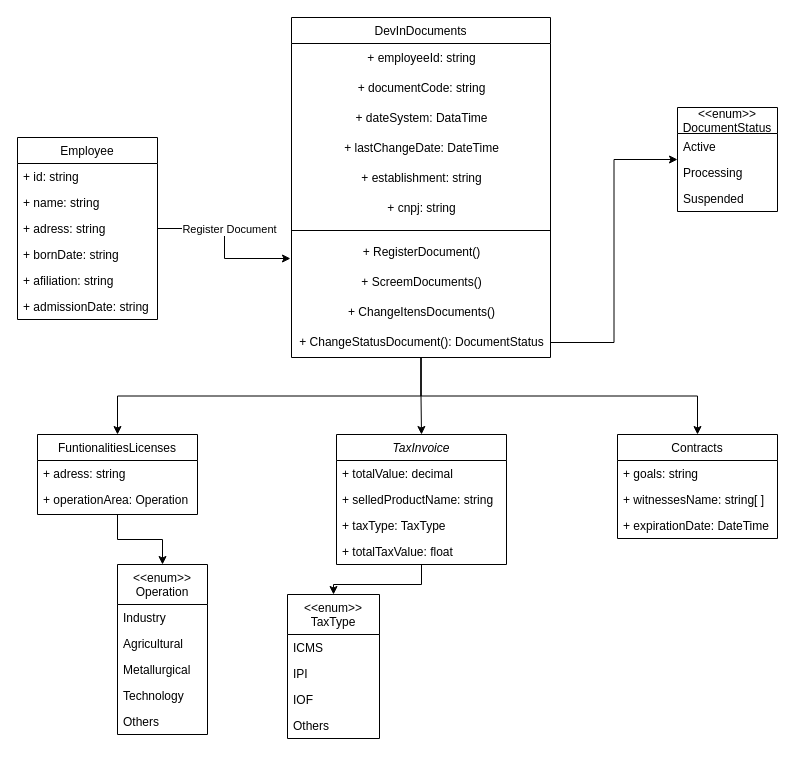
Before: DevInDocumentsUML.drawio in leonardoGasperin/M2S5E, a draw.io diagram. Source tidied: cells renumbered, new cells numbered last; positions are measured from the earlier drawing's top-left corner, leaving out a move shared by most shapes. Both pictures are drawn from the tidied source at 100%, with x=0, y=0 at pixel (17, 17).
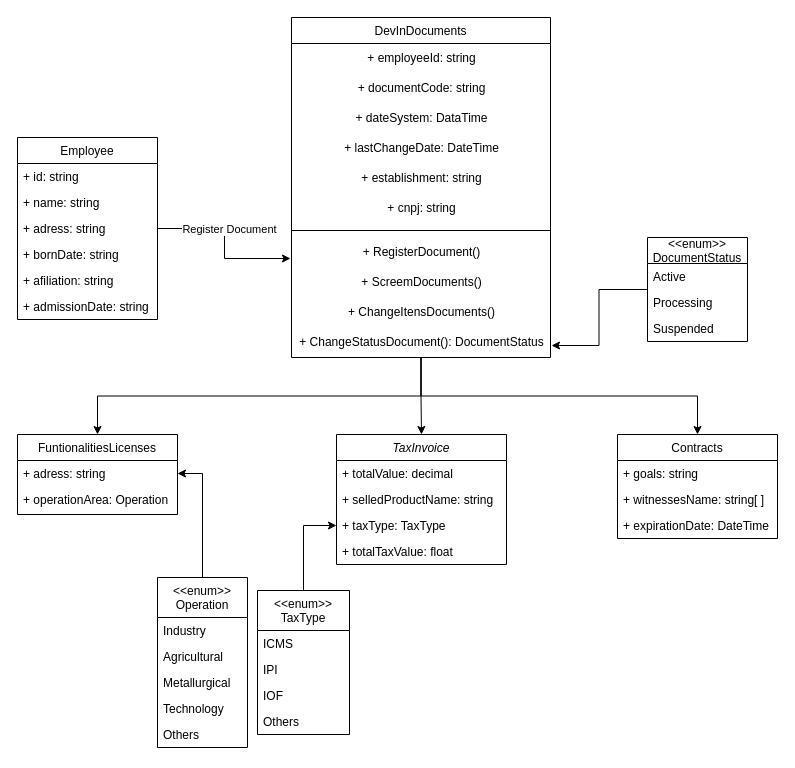
After the change.

Unchanged cells that the change refers to:
```xml
<mxCell id="3" value="TaxInvoice" style="swimlane;fontStyle=2;align=center;verticalAlign=top;horizontal=1;startSize=26;rounded=0;shadow=0;strokeWidth=1;" parent="1" vertex="1">
  <mxGeometry x="319" y="417" width="170" height="130" as="geometry" />
</mxCell>
<mxCell id="6" value="+ taxType: TaxType" style="text;align=left;verticalAlign=top;spacingLeft=4;spacingRight=4;overflow=hidden;points=[[0,0.5],[1,0.5]];portConstraint=eastwest;rounded=0;shadow=0;html=0;" parent="3" vertex="1">
  <mxGeometry y="78" width="170" height="26" as="geometry" />
</mxCell>
<mxCell id="9" value="+ adress: string" style="text;align=left;verticalAlign=top;spacingLeft=4;spacingRight=4;overflow=hidden;points=[[0,0.5],[1,0.5]];portConstraint=eastwest;" parent="8" vertex="1">
  <mxGeometry y="26" width="160" height="26" as="geometry" />
</mxCell>
<mxCell id="40" value="&lt;span style=&quot;text-align: left;&quot;&gt;+ ChangeStatusDocument(): DocumentStatus&lt;/span&gt;" style="text;html=1;align=center;verticalAlign=middle;points=[];strokeColor=none;fillColor=none;" parent="29" vertex="1">
  <mxGeometry y="310" width="259" height="30" as="geometry" />
</mxCell>
```

Change to the diagram source:
```diff
@@
-    <mxCell id="2" style="edgeStyle=orthogonalEdgeStyle;rounded=0;jettySize=auto;html=1;entryX=0.5;entryY=0;entryDx=0;entryDy=0;" parent="1" edge="1" source="3" target="15">
-      <mxGeometry relative="1" as="geometry" />
-    </mxCell>
@@
     <mxCell id="8" value="FuntionalitiesLicenses" style="swimlane;fontStyle=0;align=center;verticalAlign=top;horizontal=1;startSize=26;rounded=0;shadow=0;strokeWidth=1;" parent="1" vertex="1">
-      <mxGeometry x="20" y="417" width="160" height="80" as="geometry" />
+      <mxGeometry y="417" width="160" height="80" as="geometry" />
     </mxCell>
@@
+    <mxCell id="56" style="edgeStyle=orthogonalEdgeStyle;rounded=0;jettySize=auto;html=1;entryX=0;entryY=0.5;entryDx=0;entryDy=0;" parent="1" edge="1" source="15" target="6">
+      <mxGeometry relative="1" as="geometry" />
+    </mxCell>
     <mxCell id="15" value="&lt;&lt;enum&gt;&gt;&#10;TaxType" style="swimlane;fontStyle=0;align=center;verticalAlign=top;horizontal=1;startSize=40;rounded=0;shadow=0;strokeWidth=1;" parent="1" vertex="1">
-      <mxGeometry x="270" y="577" width="92" height="144" as="geometry" />
+      <mxGeometry x="240" y="573" width="92" height="144" as="geometry" />
     </mxCell>
@@
+    <mxCell id="57" style="edgeStyle=orthogonalEdgeStyle;rounded=0;jettySize=auto;html=1;entryX=1;entryY=0.5;entryDx=0;entryDy=0;" parent="1" edge="1" source="20" target="9">
+      <mxGeometry relative="1" as="geometry" />
+    </mxCell>
     <mxCell id="20" value="&lt;&lt;enum&gt;&gt;&#10;Operation" style="swimlane;fontStyle=0;align=center;verticalAlign=top;horizontal=1;startSize=40;rounded=0;shadow=0;strokeWidth=1;" parent="1" vertex="1">
-      <mxGeometry x="100" y="547" width="90" height="170" as="geometry" />
+      <mxGeometry x="140" y="560" width="90" height="170" as="geometry" />
     </mxCell>
@@
-    <mxCell id="41" style="edgeStyle=orthogonalEdgeStyle;rounded=0;jettySize=auto;html=1;exitX=0.5;exitY=1;exitDx=0;exitDy=0;entryX=0.5;entryY=0;entryDx=0;entryDy=0;" parent="1" edge="1" source="8" target="20">
-      <mxGeometry relative="1" as="geometry" />
-    </mxCell>
+    <mxCell id="58" style="edgeStyle=orthogonalEdgeStyle;rounded=0;jettySize=auto;html=1;entryX=1.004;entryY=0.6;entryDx=0;entryDy=0;entryPerimeter=0;" parent="1" edge="1" source="42" target="40">
+      <mxGeometry relative="1" as="geometry" />
+    </mxCell>
     <mxCell id="42" value="&lt;&lt;enum&gt;&gt;&#10;DocumentStatus" style="swimlane;fontStyle=0;horizontal=1;startSize=26;fillColor=none;" parent="1" vertex="1">
-      <mxGeometry x="660" y="90" width="100" height="104" as="geometry" />
+      <mxGeometry x="630" y="220" width="100" height="104" as="geometry" />
     </mxCell>
@@
-    <mxCell id="46" style="edgeStyle=orthogonalEdgeStyle;rounded=0;jettySize=auto;html=1;entryX=0;entryY=0.5;entryDx=0;entryDy=0;" parent="1" edge="1" source="40" target="42">
-      <mxGeometry relative="1" as="geometry" />
-    </mxCell>
```
